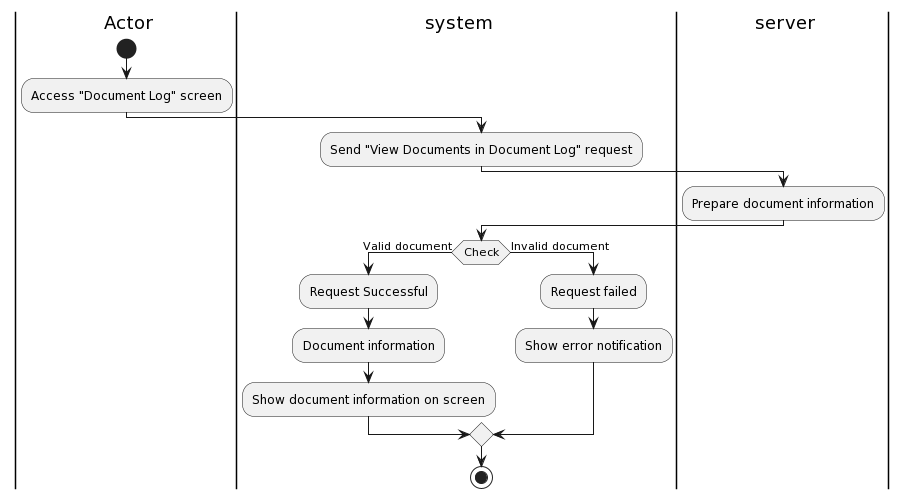
Before: Lab1/Lab1.2/Activity Diagram/DocumentLog/ViewDocumentsinDocumentLog/ViewDocumentsinDocumentLog.png, a diagram exported from PlantUML (khoapham1003/SE357-Pratice-class). Source of this version:
```plantuml
@startuml
|a| Actor
|sys| system
|ser| server
|a|
start
:Access "Document Log" screen;
|sys|
:Send "View Documents in Document Log" request;
|ser|
:Prepare document information;
|sys|
if(Check) then (Valid document)
:Request Successful;
:Document information;
:Show document information on screen;
else (Invalid document)
|sys|
:Request failed;
:Show error notification;


endif

stop
@enduml
```
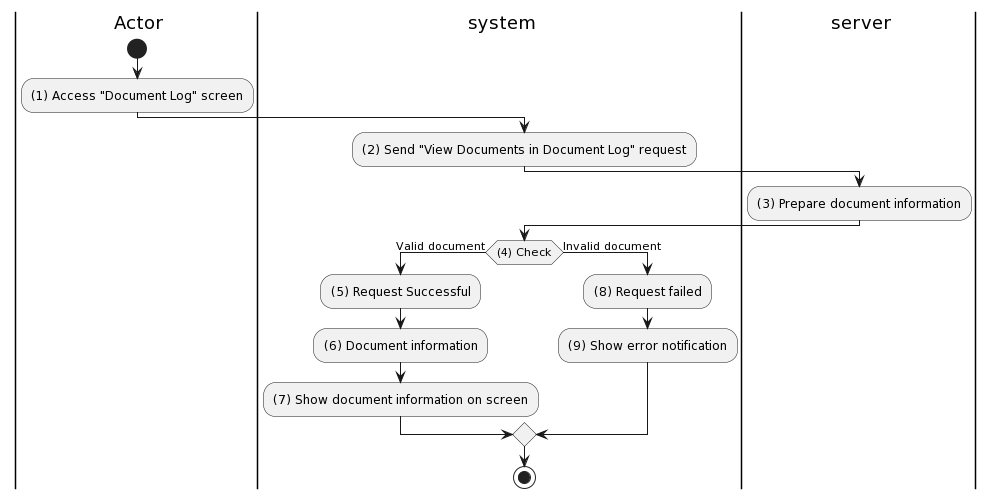
Later version of the same file.

Change to the diagram source:
```diff
@@ -4,20 +4,20 @@
 |ser| server
 |a|
 start
-:Access "Document Log" screen;
+:(1) Access "Document Log" screen;
 |sys|
-:Send "View Documents in Document Log" request;
+:(2) Send "View Documents in Document Log" request;
 |ser|
-:Prepare document information;
+:(3) Prepare document information;
 |sys|
-if(Check) then (Valid document)
-:Request Successful;
-:Document information;
-:Show document information on screen;
+if((4) Check) then (Valid document)
+:(5) Request Successful;
+:(6) Document information;
+:(7) Show document information on screen;
 else (Invalid document)
 |sys|
-:Request failed;
-:Show error notification;
+:(8) Request failed;
+:(9) Show error notification;
 
 
 endif
```
